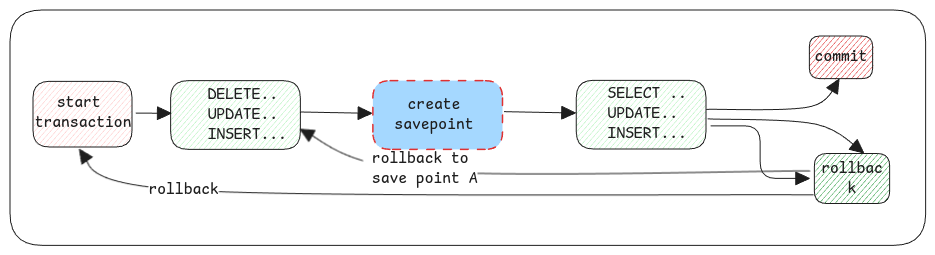
The Excalidraw diagram static/img/database-savepoints.excalidraw.png in swaroopar/inprogress-engineer, before a commit. Source tidied: one line per element, renumbered; positions are measured from the earlier drawing's top-left corner, leaving out a move shared by most shapes.
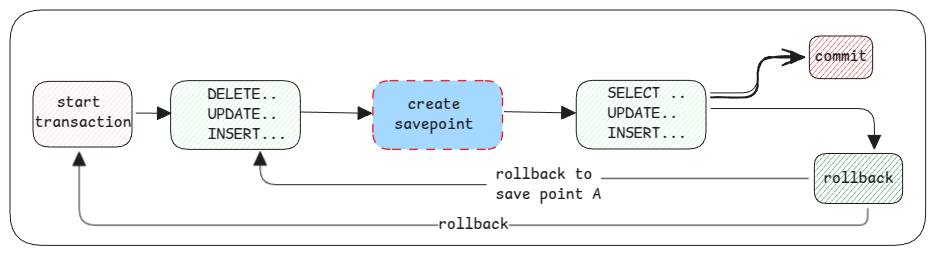
The same diagram one commit later.

What changed in the source:
```diff
@@ -7,16 +7,16 @@
 {"id": 6, "type": "arrow", "strokeColor": "#1e1e1e", "strokeWidth": 1, "roughness": 0, "endArrowhead": "triangle", "round": true, "from": 4, "to": 7, "x": 494, "y": 102, "width": 71, "height": 1, "points": [[0, 0], [71, 1]]}
 {"id": 7, "type": "rectangle", "strokeColor": "#1e1e1e", "backgroundColor": "#b2f2bb", "fillStyle": "hachure", "strokeWidth": 1, "roughness": 0, "round": true, "x": 566, "y": 70, "width": 130, "height": 69}
 {"id": 8, "type": "text", "text": "SELECT ..\nUPDATE..\nINSERT...", "strokeColor": "#1e1e1e", "strokeWidth": 1, "roughness": 0, "fontSize": 16, "fontFamily": 8, "x": 598, "y": 74, "width": 79, "height": 60}
-{"id": 9, "type": "arrow", "strokeColor": "#1e1e1e", "strokeWidth": 1, "roughness": 0, "endArrowhead": "triangle", "round": true, "from": 7, "to": 10, "x": 697, "y": 99, "width": 132, "height": 30, "points": [[0, 0], [103, -3], [132, -30]]}
+{"id": 9, "type": "arrow", "strokeColor": "#1e1e1e", "strokeWidth": 1, "roughness": 0, "endArrowhead": "triangle", "from": 7, "to": 10, "x": 701, "y": 83, "width": 94, "height": 36, "points": [[0, 0], [47, 0], [47, -36], [94, -36]]}
 {"id": 10, "type": "rectangle", "strokeColor": "#1e1e1e", "backgroundColor": "#e03131", "fillStyle": "hachure", "strokeWidth": 1, "roughness": 0, "round": true, "x": 799, "y": 26, "width": 63, "height": 43}
 {"id": 11, "type": "text", "text": "commit", "strokeColor": "#1e1e1e", "strokeWidth": 2, "roughness": 1, "fontSize": 16, "fontFamily": 8, "textAlign": "center", "verticalAlign": "middle", "inside": 10, "x": 805, "y": 37, "width": 53, "height": 20}
-{"id": 12, "type": "rectangle", "strokeColor": "#1e1e1e", "backgroundColor": "#2f9e44", "fillStyle": "hachure", "strokeWidth": 1, "roughness": 0, "round": true, "x": 804, "y": 144, "width": 75, "height": 50}
+{"id": 12, "type": "rectangle", "strokeColor": "#1e1e1e", "backgroundColor": "#2f9e44", "fillStyle": "hachure", "strokeWidth": 1, "roughness": 0, "round": true, "x": 804, "y": 144, "width": 88, "height": 50}
-{"id": 13, "type": "text", "text": "rollbac\nk", "strokeColor": "#1e1e1e", "strokeWidth": 2, "roughness": 1, "fontSize": 16, "fontFamily": 8, "textAlign": "center", "verticalAlign": "middle", "inside": 12, "x": 811, "y": 149, "width": 62, "height": 40}
+{"id": 13, "type": "text", "text": "rollback", "strokeColor": "#1e1e1e", "strokeWidth": 2, "roughness": 1, "fontSize": 16, "fontFamily": 8, "textAlign": "center", "verticalAlign": "middle", "inside": 12, "x": 813, "y": 159, "width": 70, "height": 20}
-{"id": 14, "type": "arrow", "strokeColor": "#1e1e1e", "strokeWidth": 1, "roughness": 0, "endArrowhead": "triangle", "round": true, "from": 7, "to": 12, "x": 698, "y": 109, "width": 156, "height": 34, "points": [[0, 0], [108, 5], [156, 34]]}
+{"id": 14, "type": "arrow", "strokeColor": "#1e1e1e", "strokeWidth": 1, "roughness": 0, "endArrowhead": "triangle", "from": 7, "to": 12, "x": 701, "y": 99, "width": 163, "height": 40, "points": [[0, 0], [163, 0], [163, 40]]}
-{"id": 15, "type": "arrow", "strokeColor": "#1e1e1e", "strokeWidth": 1, "roughness": 0, "endArrowhead": "triangle", "round": true, "from": 12, "to": 2, "x": 800, "y": 159, "width": 510, "height": 42, "points": [[0, 0], [-390, 0], [-510, -42]]}
+{"id": 15, "type": "arrow", "strokeColor": "#1e1e1e", "strokeWidth": 1, "roughness": 0, "endArrowhead": "triangle", "from": 12, "to": 2, "x": 798, "y": 168, "width": 548, "height": 33, "points": [[0, 0], [-265, 0], [-265, 6], [-548, 6], [-548, -27]]}
-{"id": 16, "type": "text", "text": "rollback to\n save point A", "strokeColor": "#1e1e1e", "strokeWidth": 2, "roughness": 0, "fontSize": 16, "fontFamily": 8, "textAlign": "center", "verticalAlign": "middle", "inside": 15, "x": 353, "y": 139, "width": 114, "height": 40}
+{"id": 16, "type": "text", "text": "rollback to\n save point A", "strokeColor": "#1e1e1e", "strokeWidth": 2, "roughness": 0, "fontSize": 16, "fontFamily": 8, "textAlign": "center", "verticalAlign": "middle", "inside": 15, "x": 477, "y": 155, "width": 114, "height": 40}
 {"id": 17, "type": "rectangle", "strokeColor": "#1e1e1e", "backgroundColor": "#ffc9c9", "fillStyle": "hachure", "strokeWidth": 1, "roughness": 0, "round": true, "x": 23, "y": 71, "width": 99, "height": 66}
 {"id": 18, "type": "text", "text": "start \ntransaction", "strokeColor": "#1e1e1e", "strokeWidth": 1, "roughness": 0, "fontSize": 16, "fontFamily": 8, "textAlign": "center", "x": 25, "y": 83, "width": 97, "height": 40}
 {"id": 19, "type": "arrow", "strokeColor": "#1e1e1e", "strokeWidth": 1, "roughness": 0, "endArrowhead": "triangle", "round": true, "from": 18, "x": 126, "y": 103, "width": 35, "height": 0, "points": [[0, 0], [35, 0]]}
-{"id": 20, "type": "arrow", "strokeColor": "#1e1e1e", "strokeWidth": 1, "roughness": 0, "endArrowhead": "triangle", "round": true, "from": 12, "to": 17, "x": 803, "y": 185, "width": 734, "height": 46, "points": [[0, 0], [-630, -5], [-734, -46]]}
+{"id": 20, "type": "arrow", "strokeColor": "#1e1e1e", "strokeWidth": 1, "roughness": 0, "endArrowhead": "triangle", "from": 12, "to": 17, "x": 858, "y": 198, "width": 789, "height": 73, "points": [[0, 0], [0, 17], [-789, 17], [-789, -56]]}
 {"id": 21, "type": "text", "text": "rollback", "strokeColor": "#1e1e1e", "strokeWidth": 2, "roughness": 0, "fontSize": 16, "fontFamily": 8, "textAlign": "center", "verticalAlign": "middle", "inside": 20, "x": 138, "y": 170, "width": 70, "height": 20}
```
